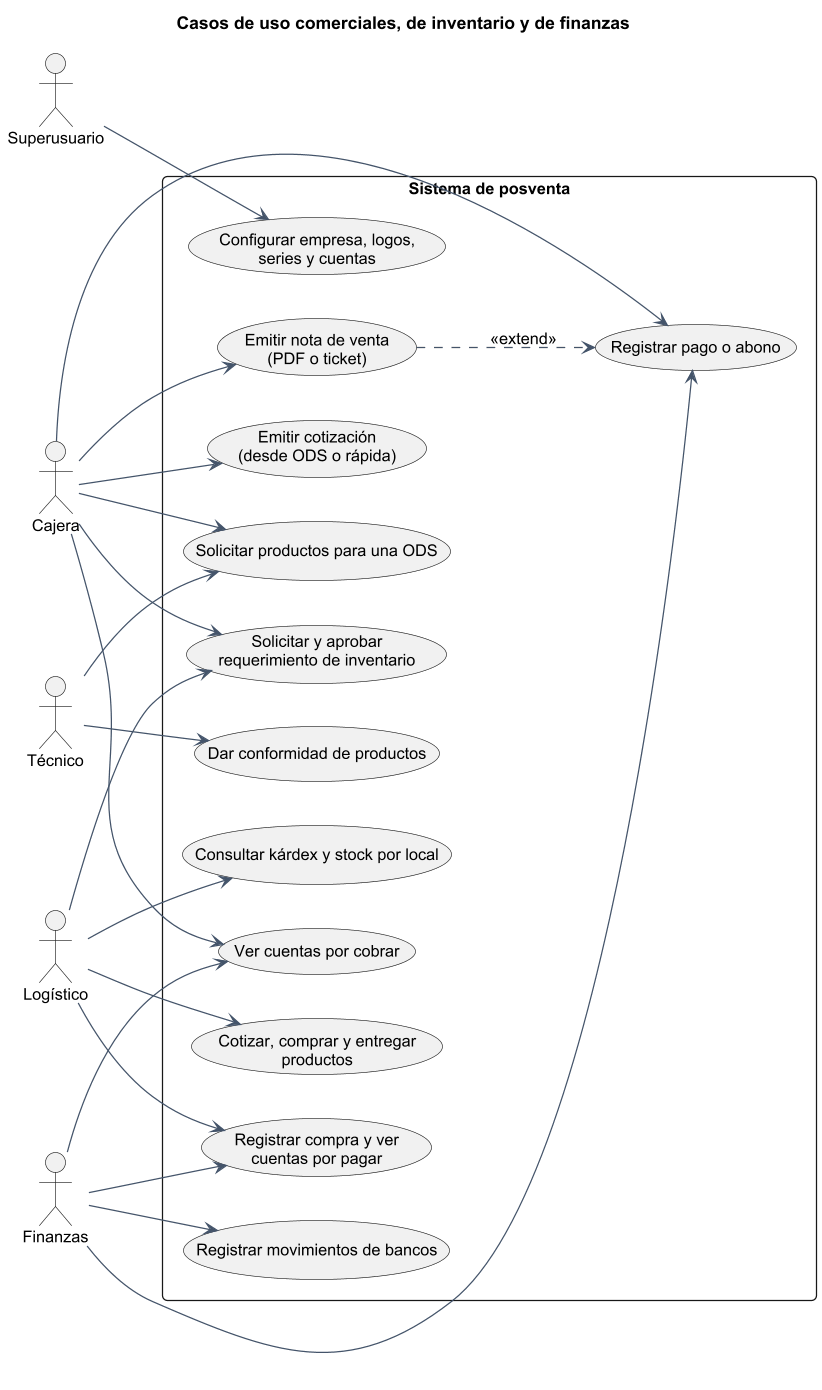
Above: diagramas/R81_consolidados/png/DCU-R81-0002_casos_de_uso_comercial_e_inventario.png in AlvaroMachaca05Dev/Tesis_Posventa (PlantUML), before the change.
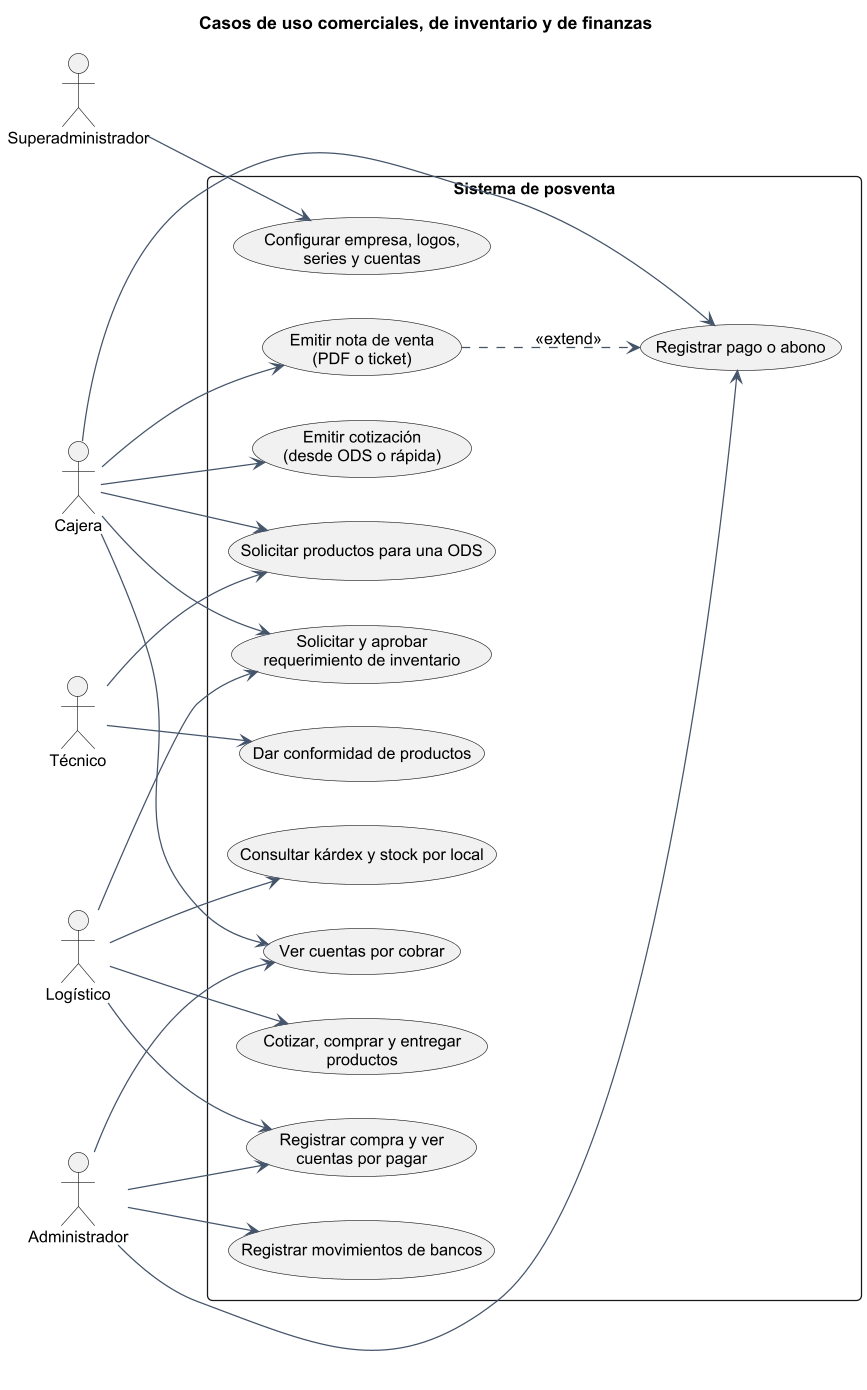
The same diagram one commit later.

The edit, as a diff of the source:
```diff
@@ -14,9 +14,9 @@
 left to right direction
 actor "Cajera" as CA
 actor "Logístico" as LO
-actor "Finanzas" as FI
+actor "Administrador" as AD
 actor "Técnico" as TE
-actor "Superusuario" as SU
+actor "Superadministrador" as SA
 rectangle "Sistema de posventa" {
   usecase "Emitir cotización\n(desde ODS o rápida)" as U1
   usecase "Emitir nota de venta\n(PDF o ticket)" as U2
@@ -41,12 +41,12 @@
 LO --> U5
 LO --> U10
 LO --> U11
-FI --> U4
-FI --> U5
-FI --> U6
-FI --> U3
+AD --> U4
+AD --> U5
+AD --> U6
+AD --> U3
 TE --> U7
 TE --> U9
-SU --> U12
+SA --> U12
 U2 ..> U3 : <<extend>>
 @enduml
```
